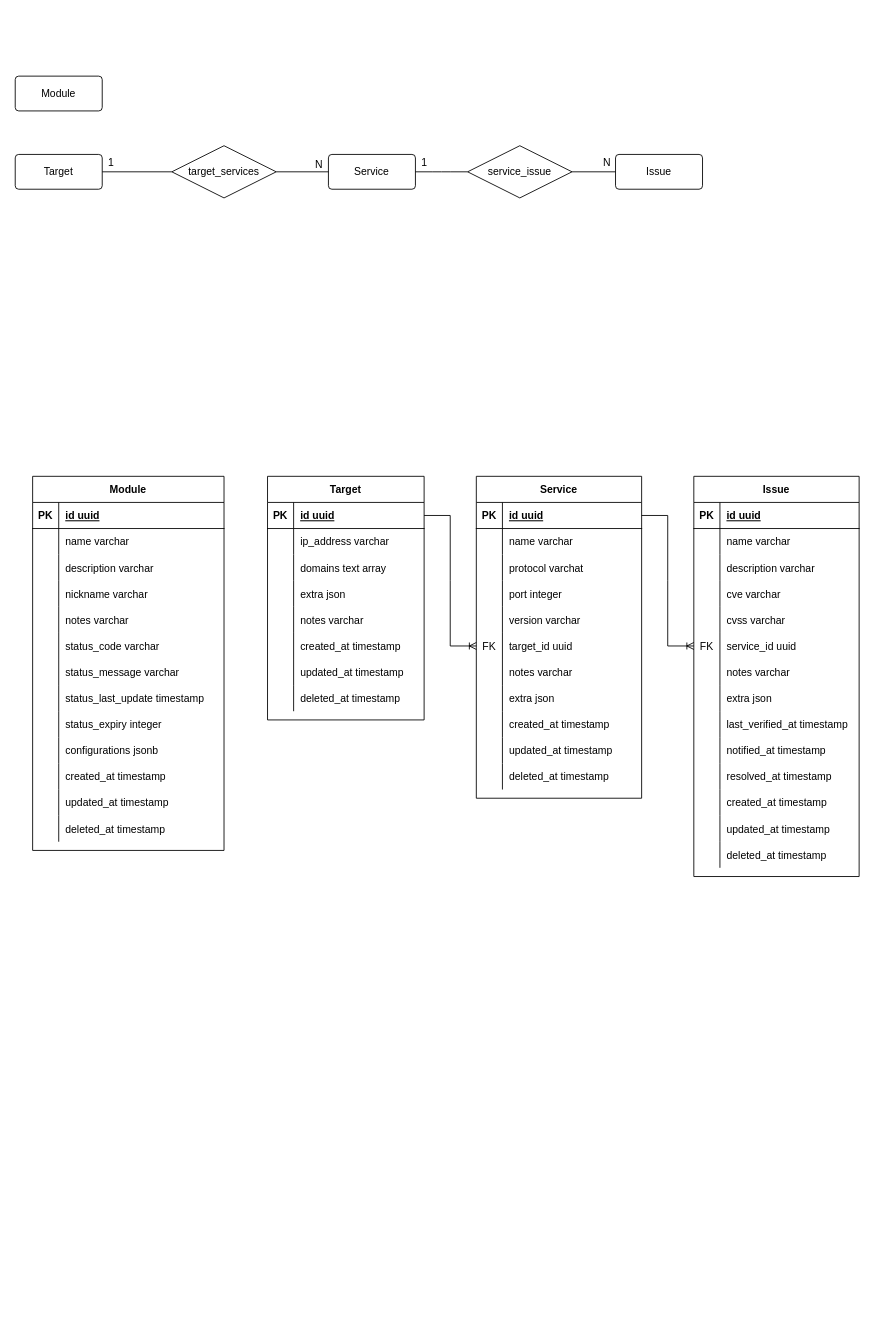
The draw.io diagram page "vumos-db-api" (5 of 5) of vumos.drawio in r0zbot/mac0499-vumos-monografia, before the edit. Source tidied: cells renumbered, new cells numbered last; positions are measured from the earlier drawing's top-left corner, leaving out a move shared by most shapes. Both pictures are drawn from the tidied source at 87%, with x=0, y=0 at pixel (15, 76).
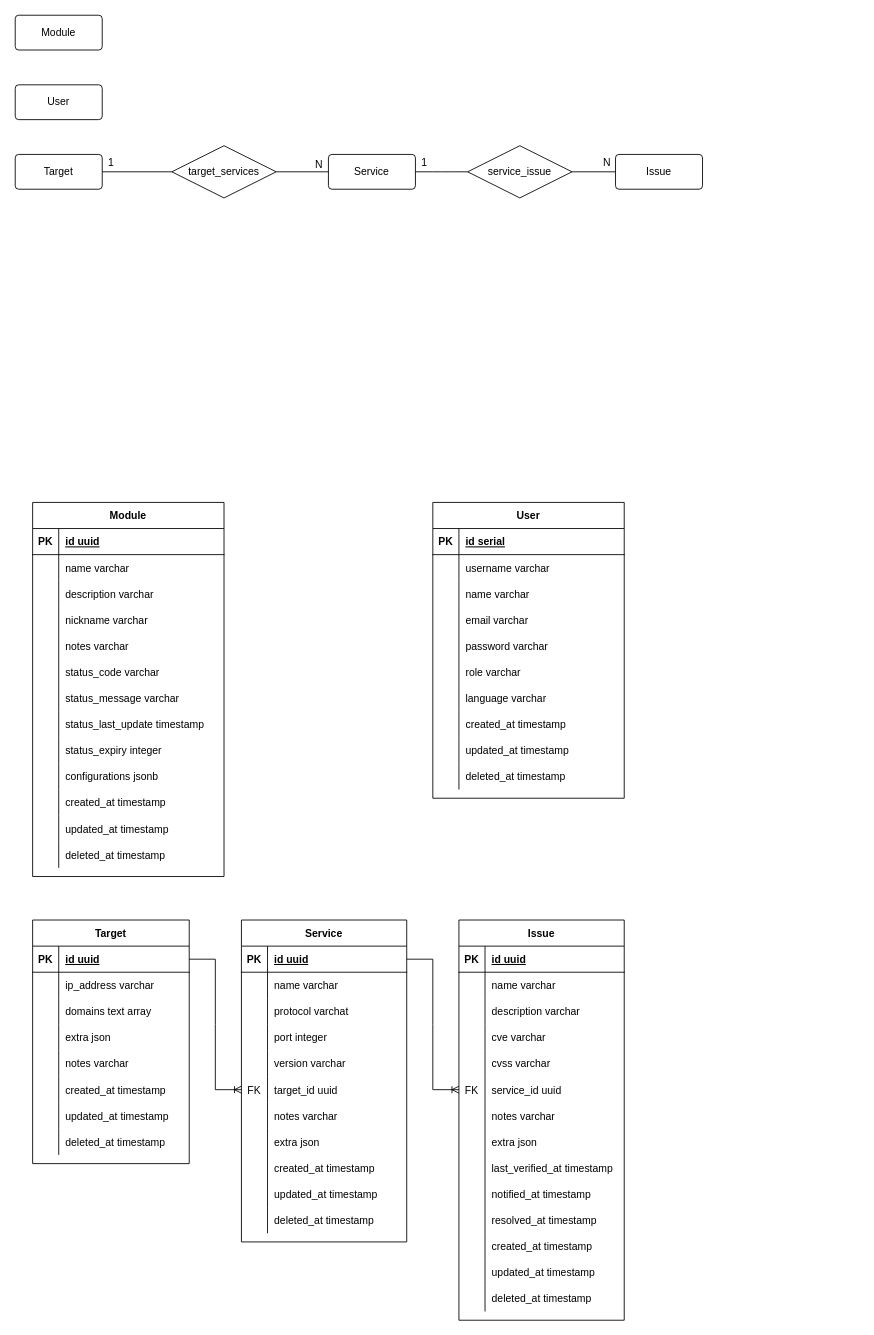
After the change.

What changed in the source:
```diff
@@
     <mxCell id="12" value="Module" style="rounded=1;arcSize=10;whiteSpace=wrap;html=1;align=center;" parent="1" vertex="1">
-      <mxGeometry width="100" height="40" as="geometry" />
+      <mxGeometry y="-70" width="100" height="40" as="geometry" />
     </mxCell>
@@
     <mxCell id="16" value="Module" style="shape=table;startSize=30;childLayout=tableLayout;rowLines=0;fontStyle=1;align=center;fontSize=12;" parent="1" vertex="1">
-      <mxGeometry x="20" y="460" width="220" height="430" as="geometry" />
+      <mxGeometry x="20" y="490" width="220" height="430" as="geometry" />
     </mxCell>
@@
     <mxCell id="56" value="Target" style="shape=table;startSize=30;childLayout=tableLayout;rowLines=0;fontStyle=1;align=center;fontSize=12;" parent="1" vertex="1">
-      <mxGeometry x="290" y="460" width="180" height="280" as="geometry" />
+      <mxGeometry x="20" y="970" width="180" height="280" as="geometry" />
     </mxCell>
@@
     <mxCell id="81" value="Service" style="shape=table;startSize=30;childLayout=tableLayout;rowLines=0;fontStyle=1;align=center;fontSize=12;" parent="1" vertex="1">
-      <mxGeometry x="530" y="460" width="190" height="370" as="geometry" />
+      <mxGeometry x="260" y="970" width="190" height="370" as="geometry" />
     </mxCell>
@@
     <mxCell id="116" value="Issue" style="shape=table;startSize=30;childLayout=tableLayout;rowLines=0;fontStyle=1;align=center;fontSize=12;" parent="1" vertex="1">
-      <mxGeometry x="780" y="460" width="190" height="460" as="geometry" />
+      <mxGeometry x="510" y="970" width="190" height="460" as="geometry" />
     </mxCell>
@@
+    <mxCell id="160" value="User" style="shape=table;startSize=30;childLayout=tableLayout;rowLines=0;fontStyle=1;align=center;fontSize=12;" parent="1" vertex="1">
+      <mxGeometry x="480" y="490" width="220" height="340" as="geometry" />
+    </mxCell>
+    <mxCell id="161" style="shape=partialRectangle;fillColor=none;top=0;left=0;bottom=1;right=0;fontSize=12;" parent="160" vertex="1">
+      <mxGeometry y="30" width="220" height="30" as="geometry" />
+    </mxCell>
+    <mxCell id="162" value="PK" style="shape=partialRectangle;fillColor=none;top=0;left=0;bottom=0;right=0;fontStyle=1;overflow=hidden;fontSize=12;" parent="161" vertex="1">
+      <mxGeometry width="30" height="30" as="geometry" />
+    </mxCell>
+    <mxCell id="163" value="id serial" style="shape=partialRectangle;fillColor=none;top=0;left=0;bottom=0;right=0;align=left;spacingLeft=6;fontStyle=5;overflow=hidden;fontSize=12;" parent="161" vertex="1">
+      <mxGeometry x="30" width="190" height="30" as="geometry" />
+    </mxCell>
+    <mxCell id="164" style="shape=partialRectangle;fillColor=none;top=0;left=0;bottom=0;right=0;fontSize=12;" parent="160" vertex="1">
+      <mxGeometry y="60" width="220" height="30" as="geometry" />
+    </mxCell>
+    <mxCell id="165" style="shape=partialRectangle;fillColor=none;top=0;left=0;bottom=0;right=0;overflow=hidden;fontSize=12;" parent="164" vertex="1">
+      <mxGeometry width="30" height="30" as="geometry" />
+    </mxCell>
+    <mxCell id="166" value="username varchar" style="shape=partialRectangle;fillColor=none;top=0;left=0;bottom=0;right=0;align=left;spacingLeft=6;overflow=hidden;fontSize=12;" parent="164" vertex="1">
+      <mxGeometry x="30" width="190" height="30" as="geometry" />
+    </mxCell>
+    <mxCell id="167" style="shape=partialRectangle;fillColor=none;top=0;left=0;bottom=0;right=0;fontSize=12;" parent="160" vertex="1">
+      <mxGeometry y="90" width="220" height="30" as="geometry" />
+    </mxCell>
+    <mxCell id="168" style="shape=partialRectangle;fillColor=none;top=0;left=0;bottom=0;right=0;overflow=hidden;fontSize=12;" parent="167" vertex="1">
+      <mxGeometry width="30" height="30" as="geometry" />
+    </mxCell>
+    <mxCell id="169" value="name varchar" style="shape=partialRectangle;fillColor=none;top=0;left=0;bottom=0;right=0;align=left;spacingLeft=6;overflow=hidden;fontSize=12;" parent="167" vertex="1">
+      <mxGeometry x="30" width="190" height="30" as="geometry" />
+    </mxCell>
+    <mxCell id="170" style="shape=partialRectangle;fillColor=none;top=0;left=0;bottom=0;right=0;fontSize=12;" parent="160" vertex="1">
+      <mxGeometry y="120" width="220" height="30" as="geometry" />
+    </mxCell>
+    <mxCell id="171" style="shape=partialRectangle;fillColor=none;top=0;left=0;bottom=0;right=0;overflow=hidden;fontSize=12;" parent="170" vertex="1">
+      <mxGeometry width="30" height="30" as="geometry" />
+    </mxCell>
+    <mxCell id="172" value="email varchar" style="shape=partialRectangle;fillColor=none;top=0;left=0;bottom=0;right=0;align=left;spacingLeft=6;overflow=hidden;fontSize=12;" parent="170" vertex="1">
+      <mxGeometry x="30" width="190" height="30" as="geometry" />
+    </mxCell>
+    <mxCell id="173" style="shape=partialRectangle;fillColor=none;top=0;left=0;bottom=0;right=0;fontSize=12;" parent="160" vertex="1">
+      <mxGeometry y="150" width="220" height="30" as="geometry" />
+    </mxCell>
+    <mxCell id="174" style="shape=partialRectangle;fillColor=none;top=0;left=0;bottom=0;right=0;overflow=hidden;fontSize=12;" parent="173" vertex="1">
+      <mxGeometry width="30" height="30" as="geometry" />
+    </mxCell>
+    <mxCell id="175" value="password varchar" style="shape=partialRectangle;fillColor=none;top=0;left=0;bottom=0;right=0;align=left;spacingLeft=6;overflow=hidden;fontSize=12;" parent="173" vertex="1">
+      <mxGeometry x="30" width="190" height="30" as="geometry" />
+    </mxCell>
+    <mxCell id="176" style="shape=partialRectangle;fillColor=none;top=0;left=0;bottom=0;right=0;fontSize=12;" parent="160" vertex="1">
+      <mxGeometry y="180" width="220" height="30" as="geometry" />
+    </mxCell>
+    <mxCell id="177" style="shape=partialRectangle;fillColor=none;top=0;left=0;bottom=0;right=0;overflow=hidden;fontSize=12;" parent="176" vertex="1">
+      <mxGeometry width="30" height="30" as="geometry" />
+    </mxCell>
+    <mxCell id="178" value="role varchar" style="shape=partialRectangle;fillColor=none;top=0;left=0;bottom=0;right=0;align=left;spacingLeft=6;overflow=hidden;fontSize=12;" parent="176" vertex="1">
+      <mxGeometry x="30" width="190" height="30" as="geometry" />
+    </mxCell>
+    <mxCell id="179" style="shape=partialRectangle;fillColor=none;top=0;left=0;bottom=0;right=0;fontSize=12;" parent="160" vertex="1">
+      <mxGeometry y="210" width="220" height="30" as="geometry" />
+    </mxCell>
+    <mxCell id="180" style="shape=partialRectangle;fillColor=none;top=0;left=0;bottom=0;right=0;overflow=hidden;fontSize=12;" parent="179" vertex="1">
+      <mxGeometry width="30" height="30" as="geometry" />
+    </mxCell>
+    <mxCell id="181" value="language varchar" style="shape=partialRectangle;fillColor=none;top=0;left=0;bottom=0;right=0;align=left;spacingLeft=6;overflow=hidden;fontSize=12;" parent="179" vertex="1">
+      <mxGeometry x="30" width="190" height="30" as="geometry" />
+    </mxCell>
+    <mxCell id="182" style="shape=partialRectangle;fillColor=none;top=0;left=0;bottom=0;right=0;fontSize=12;" parent="160" vertex="1">
+      <mxGeometry y="240" width="220" height="30" as="geometry" />
+    </mxCell>
+    <mxCell id="183" style="shape=partialRectangle;fillColor=none;top=0;left=0;bottom=0;right=0;overflow=hidden;fontSize=12;" parent="182" vertex="1">
+      <mxGeometry width="30" height="30" as="geometry" />
+    </mxCell>
+    <mxCell id="184" value="created_at timestamp" style="shape=partialRectangle;fillColor=none;top=0;left=0;bottom=0;right=0;align=left;spacingLeft=6;overflow=hidden;fontSize=12;" parent="182" vertex="1">
+      <mxGeometry x="30" width="190" height="30" as="geometry" />
+    </mxCell>
+    <mxCell id="185" style="shape=partialRectangle;fillColor=none;top=0;left=0;bottom=0;right=0;fontSize=12;" parent="160" vertex="1">
+      <mxGeometry y="270" width="220" height="30" as="geometry" />
+    </mxCell>
+    <mxCell id="186" style="shape=partialRectangle;fillColor=none;top=0;left=0;bottom=0;right=0;overflow=hidden;fontSize=12;" parent="185" vertex="1">
+      <mxGeometry width="30" height="30" as="geometry" />
+    </mxCell>
+    <mxCell id="187" value="updated_at timestamp" style="shape=partialRectangle;fillColor=none;top=0;left=0;bottom=0;right=0;align=left;spacingLeft=6;overflow=hidden;fontSize=12;" parent="185" vertex="1">
+      <mxGeometry x="30" width="190" height="30" as="geometry" />
+    </mxCell>
+    <mxCell id="188" style="shape=partialRectangle;fillColor=none;top=0;left=0;bottom=0;right=0;fontSize=12;" parent="160" vertex="1">
+      <mxGeometry y="300" width="220" height="30" as="geometry" />
+    </mxCell>
+    <mxCell id="189" style="shape=partialRectangle;fillColor=none;top=0;left=0;bottom=0;right=0;overflow=hidden;fontSize=12;" parent="188" vertex="1">
+      <mxGeometry width="30" height="30" as="geometry" />
+    </mxCell>
+    <mxCell id="190" value="deleted_at timestamp" style="shape=partialRectangle;fillColor=none;top=0;left=0;bottom=0;right=0;align=left;spacingLeft=6;overflow=hidden;fontSize=12;" parent="188" vertex="1">
+      <mxGeometry x="30" width="190" height="30" as="geometry" />
+    </mxCell>
+    <mxCell id="191" value="User" style="rounded=1;arcSize=10;whiteSpace=wrap;html=1;align=center;" parent="1" vertex="1">
+      <mxGeometry y="10" width="100" height="40" as="geometry" />
+    </mxCell>
```
